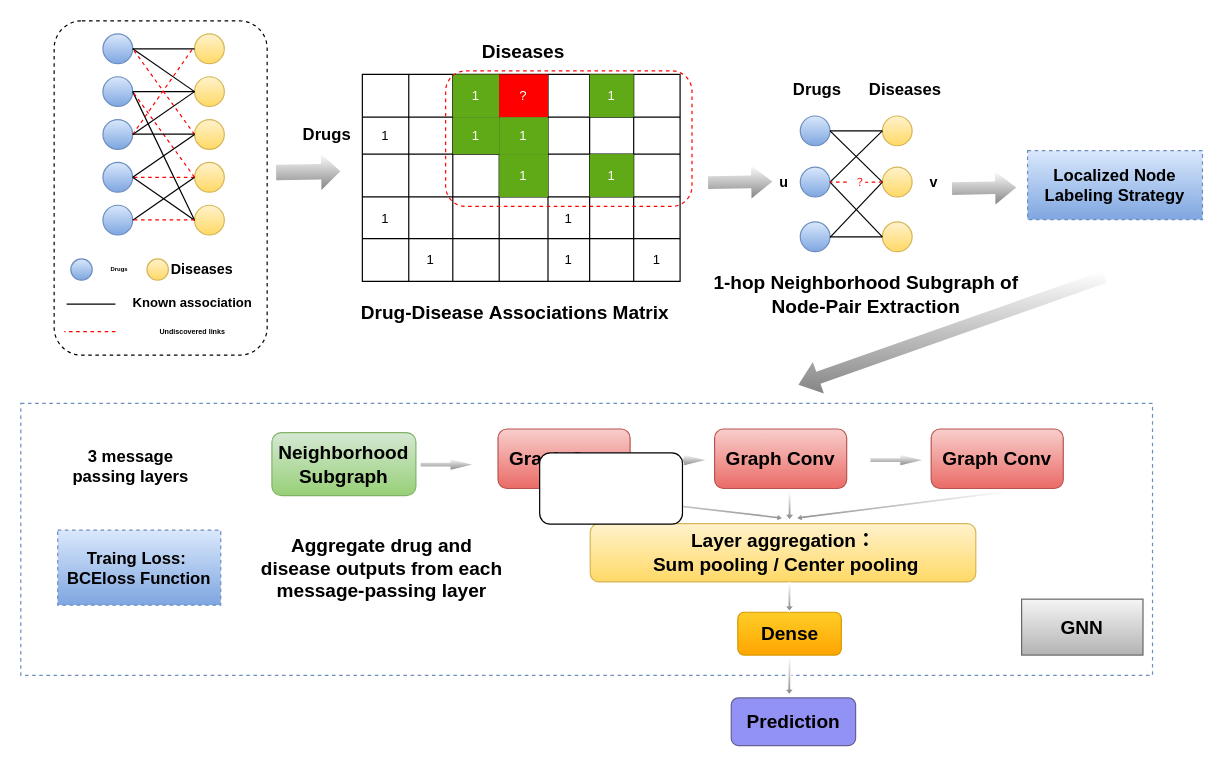
Earlier version of the draw.io diagram page "Page-1" (1 of 4) of 未命名绘图.drawio (nanfengk/hello-world). Source tidied: cells renumbered, new cells numbered last; positions are measured from the earlier drawing's top-left corner, leaving out a move shared by most shapes. Both pictures are drawn from the tidied source at 119%, with x=0, y=0 at pixel (20, 20).
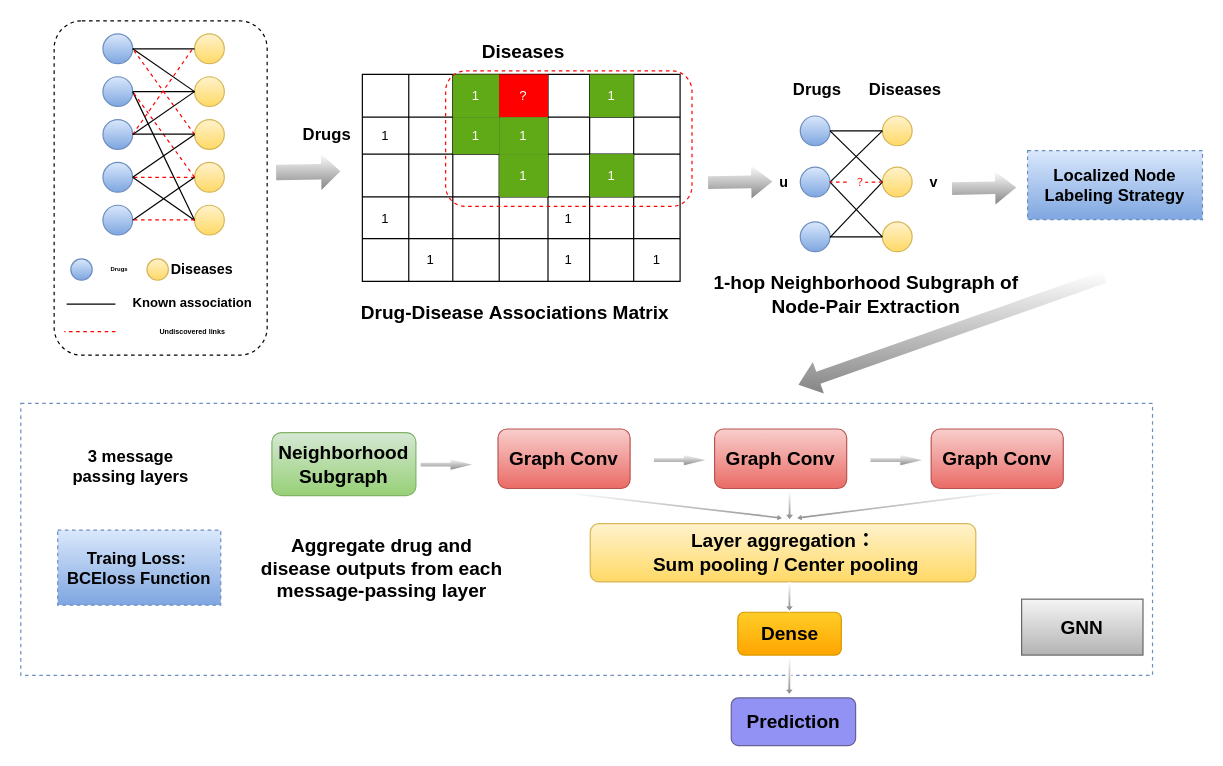
Above is the later version.

Change to the diagram source:
```diff
@@
-    <mxCell id="126" style="rounded=1;whiteSpace=wrap;html=1;" parent="1" vertex="1">
-      <mxGeometry x="436" y="363" width="120" height="60" as="geometry" />
-    </mxCell>
```
